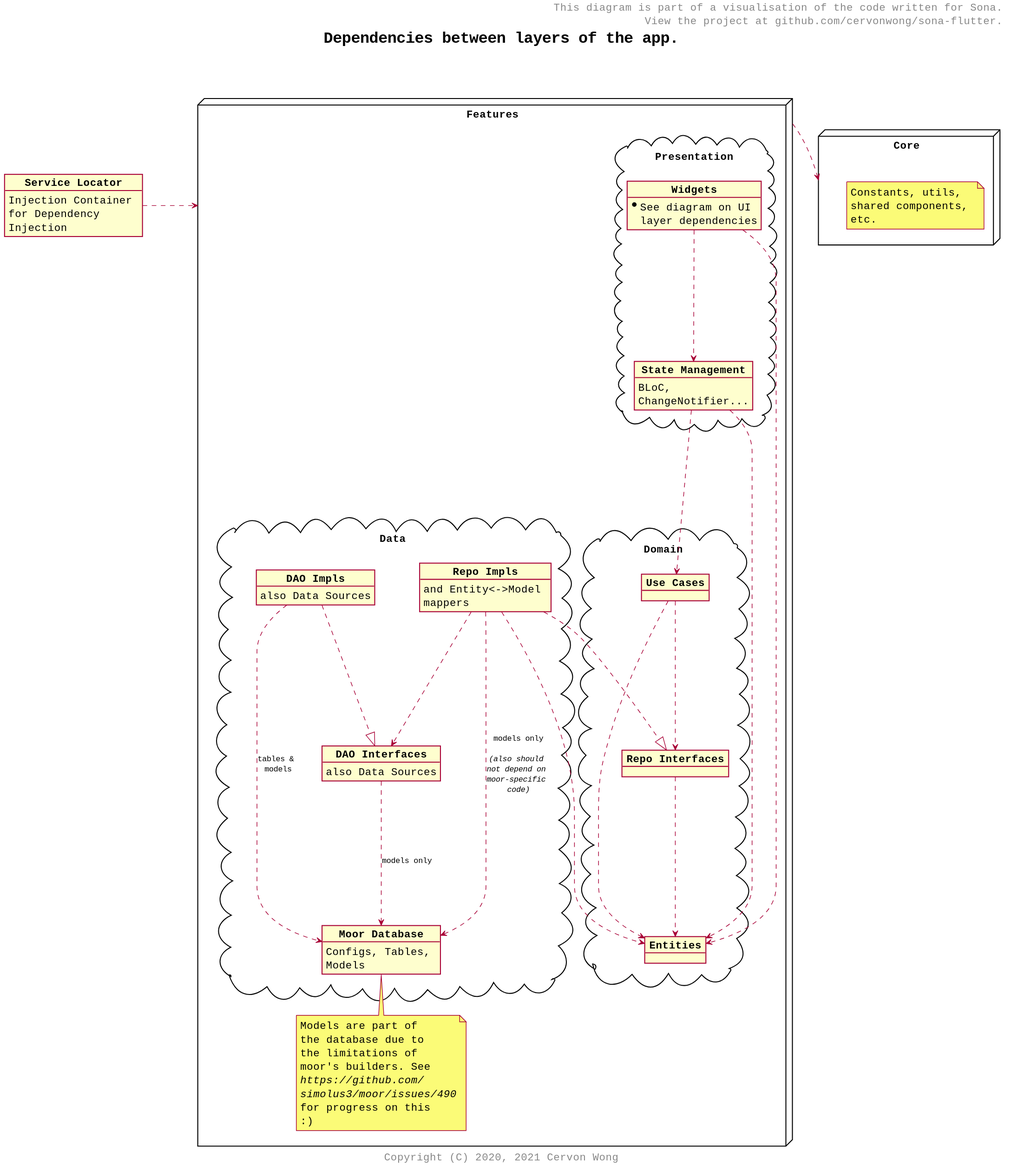
Before: docs/puml/architecture_dependencies.svg, a diagram exported from PlantUML (cervonwong/sona-flutter).
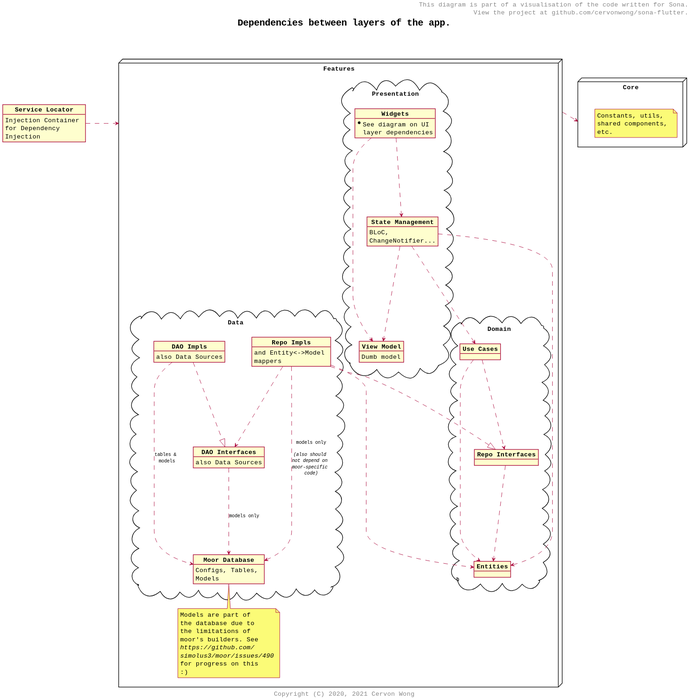
The same file after the commit.

Commit message:
Docs(puml): Include view model into architecture dependencies diagram

The edit, as a diff of the source:
```diff
@@ -18,6 +18,9 @@
 	package Presentation <<Cloud>> {
 		object "Widgets" as w {
 			*See diagram on UI layer dependencies
+		}
+		object "View Model" as vm {
+		    Dumb model
 		}
 		object "State Management" as s {
 			BLoC, ChangeNotifier...
@@ -59,9 +62,10 @@
 }
 
 w  ....>  s
-w  ....>  e
+w  ....>  vm
 s  ....>  u
 s  ....>  e
+s  ....>  vm
 u  ....>  e
 u  ....>  ir
 ir ....>  e
```
